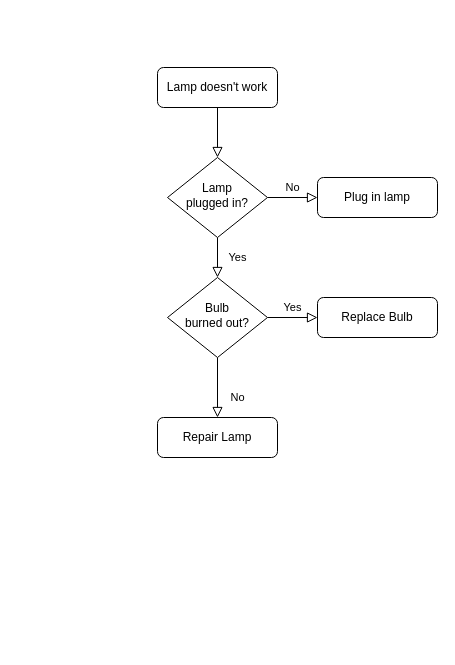
The draw.io diagram Untitled Diagram.drawio in hoonnaam/Trandy-Closet, before the edit. Source tidied: cells renumbered, new cells numbered last; positions are measured from the earlier drawing's top-left corner, leaving out a move shared by most shapes. Both pictures are drawn from the tidied source at 100%, with x=0, y=0 at pixel (157, 67).
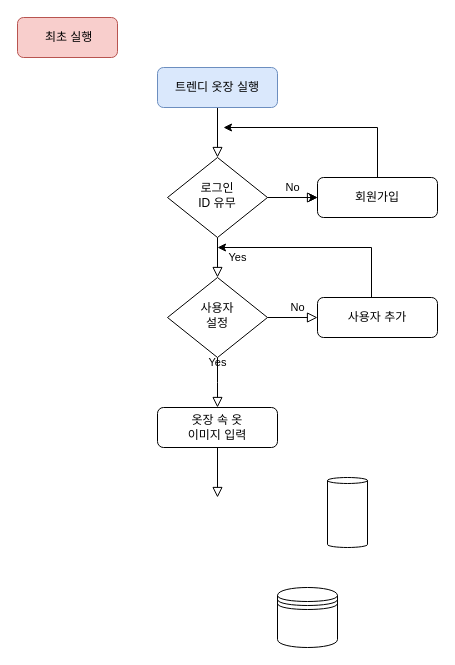
The same diagram, later.

The edit, as a diff of the source:
```diff
@@
-    <mxCell id="3" value="Lamp doesn't work" style="rounded=1;whiteSpace=wrap;html=1;fontSize=12;glass=0;strokeWidth=1;shadow=0;" parent="1" vertex="1">
+    <mxCell id="3" value="트렌디 옷장 실행" style="rounded=1;whiteSpace=wrap;html=1;fontSize=12;glass=0;strokeWidth=1;shadow=0;fillColor=#dae8fc;strokeColor=#6c8ebf;" parent="1" vertex="1">
       <mxGeometry width="120" height="40" as="geometry" />
     </mxCell>
@@
+    <mxCell id="13" style="edgeStyle=orthogonalEdgeStyle;rounded=0;jettySize=auto;html=1;" parent="1" edge="1" source="6" target="7">
+      <mxGeometry relative="1" as="geometry" />
+    </mxCell>
-    <mxCell id="6" value="Lamp&lt;br&gt;plugged in?" style="rhombus;whiteSpace=wrap;html=1;shadow=0;fontFamily=Helvetica;fontSize=12;align=center;strokeWidth=1;spacing=6;spacingTop=-4;" parent="1" vertex="1">
+    <mxCell id="6" value="로그인&lt;br&gt;ID 유무" style="rhombus;whiteSpace=wrap;html=1;shadow=0;fontFamily=Helvetica;fontSize=12;align=center;strokeWidth=1;spacing=6;spacingTop=-4;" parent="1" vertex="1">
       <mxGeometry x="10" y="90" width="100" height="80" as="geometry" />
     </mxCell>
-    <mxCell id="7" value="Plug in lamp" style="rounded=1;whiteSpace=wrap;html=1;fontSize=12;glass=0;strokeWidth=1;shadow=0;" parent="1" vertex="1">
+    <mxCell id="7" value="회원가입" style="rounded=1;whiteSpace=wrap;html=1;fontSize=12;glass=0;strokeWidth=1;shadow=0;" parent="1" vertex="1">
       <mxGeometry x="160" y="110" width="120" height="40" as="geometry" />
     </mxCell>
-    <mxCell id="8" value="No" style="rounded=0;html=1;jettySize=auto;fontSize=11;endArrow=block;endFill=0;endSize=8;strokeWidth=1;shadow=0;labelBackgroundColor=none;edgeStyle=orthogonalEdgeStyle;" parent="1" edge="1" source="10" target="11">
-      <mxGeometry x="0.33" y="20" relative="1" as="geometry" />
+    <mxCell id="8" value="Yes" style="rounded=0;html=1;jettySize=auto;fontSize=11;endArrow=block;endFill=0;endSize=8;strokeWidth=1;shadow=0;labelBackgroundColor=none;edgeStyle=orthogonalEdgeStyle;" parent="1" edge="1" source="10">
+      <mxGeometry y="20" relative="1" as="geometry">
+        <mxPoint x="60" y="340" as="targetPoint" />
+      </mxGeometry>
     </mxCell>
-    <mxCell id="9" value="Yes" style="edgeStyle=orthogonalEdgeStyle;rounded=0;html=1;jettySize=auto;fontSize=11;endArrow=block;endFill=0;endSize=8;strokeWidth=1;shadow=0;labelBackgroundColor=none;" parent="1" edge="1" source="10" target="12">
-      <mxGeometry y="10" relative="1" as="geometry" />
+    <mxCell id="9" value="No" style="edgeStyle=orthogonalEdgeStyle;rounded=0;html=1;jettySize=auto;fontSize=11;endArrow=block;endFill=0;endSize=8;strokeWidth=1;shadow=0;labelBackgroundColor=none;" parent="1" edge="1" source="10" target="12">
+      <mxGeometry x="0.2" y="10" relative="1" as="geometry" />
     </mxCell>
-    <mxCell id="10" value="Bulb&lt;br&gt;burned out?" style="rhombus;whiteSpace=wrap;html=1;shadow=0;fontFamily=Helvetica;fontSize=12;align=center;strokeWidth=1;spacing=6;spacingTop=-4;" parent="1" vertex="1">
+    <mxCell id="10" value="사용자&lt;br&gt;설정" style="rhombus;whiteSpace=wrap;html=1;shadow=0;fontFamily=Helvetica;fontSize=12;align=center;strokeWidth=1;spacing=6;spacingTop=-4;" parent="1" vertex="1">
       <mxGeometry x="10" y="210" width="100" height="80" as="geometry" />
     </mxCell>
-    <mxCell id="11" value="Repair Lamp" style="rounded=1;whiteSpace=wrap;html=1;fontSize=12;glass=0;strokeWidth=1;shadow=0;" parent="1" vertex="1">
-      <mxGeometry y="350" width="120" height="40" as="geometry" />
+    <mxCell id="11" value="옷장 속 옷 &lt;br&gt;이미지 입력" style="rounded=1;whiteSpace=wrap;html=1;fontSize=12;glass=0;strokeWidth=1;shadow=0;" parent="1" vertex="1">
+      <mxGeometry y="340" width="120" height="40" as="geometry" />
     </mxCell>
-    <mxCell id="12" value="Replace Bulb" style="rounded=1;whiteSpace=wrap;html=1;fontSize=12;glass=0;strokeWidth=1;shadow=0;" parent="1" vertex="1">
+    <mxCell id="12" value="사용자 추가" style="rounded=1;whiteSpace=wrap;html=1;fontSize=12;glass=0;strokeWidth=1;shadow=0;" parent="1" vertex="1">
       <mxGeometry x="160" y="230" width="120" height="40" as="geometry" />
     </mxCell>
+    <mxCell id="14" value="&amp;nbsp;최초 실행" style="rounded=1;whiteSpace=wrap;html=1;fillColor=#f8cecc;strokeColor=#b85450;" parent="1" vertex="1">
+      <mxGeometry x="-140" y="-50" width="100" height="40" as="geometry" />
+    </mxCell>
+    <mxCell id="15" style="endArrow=classic;html=1;" parent="1" edge="1">
+      <mxGeometry relative="1" as="geometry">
+        <mxPoint x="220" y="60" as="sourcePoint" />
+        <mxPoint x="66" y="60" as="targetPoint" />
+      </mxGeometry>
+    </mxCell>
+    <mxCell id="16" style="endArrow=none;html=1;" parent="1" edge="1">
+      <mxGeometry relative="1" as="geometry">
+        <mxPoint x="220" y="110" as="sourcePoint" />
+        <mxPoint x="220" y="60" as="targetPoint" />
+      </mxGeometry>
+    </mxCell>
+    <mxCell id="17" style="endArrow=none;html=1;" parent="1" edge="1">
+      <mxGeometry relative="1" as="geometry">
+        <mxPoint x="214" y="230" as="sourcePoint" />
+        <mxPoint x="214" y="180" as="targetPoint" />
+      </mxGeometry>
+    </mxCell>
+    <mxCell id="18" style="endArrow=classic;html=1;" parent="1" edge="1">
+      <mxGeometry relative="1" as="geometry">
+        <mxPoint x="214" y="180" as="sourcePoint" />
+        <mxPoint x="60" y="180" as="targetPoint" />
+      </mxGeometry>
+    </mxCell>
+    <mxCell id="19" style="rounded=0;html=1;jettySize=auto;orthogonalLoop=1;fontSize=11;endArrow=block;endFill=0;endSize=8;strokeWidth=1;shadow=0;labelBackgroundColor=none;edgeStyle=orthogonalEdgeStyle;" parent="1" edge="1">
+      <mxGeometry y="21" relative="1" as="geometry">
+        <mxPoint x="40" y="380" as="sourcePoint" />
+        <mxPoint x="60" y="430" as="targetPoint" />
+        <Array as="points">
+          <mxPoint x="60" y="380" />
+          <mxPoint x="60" y="430" />
+        </Array>
+      </mxGeometry>
+    </mxCell>
+    <mxCell id="20" style="shape=cylinder3;whiteSpace=wrap;html=1;boundedLbl=1;backgroundOutline=1;size=3;" parent="1" vertex="1">
+      <mxGeometry x="170" y="410" width="40" height="70" as="geometry" />
+    </mxCell>
+    <mxCell id="21" style="shape=datastore;whiteSpace=wrap;html=1;" parent="1" vertex="1">
+      <mxGeometry x="120" y="520" width="60" height="60" as="geometry" />
+    </mxCell>
```
